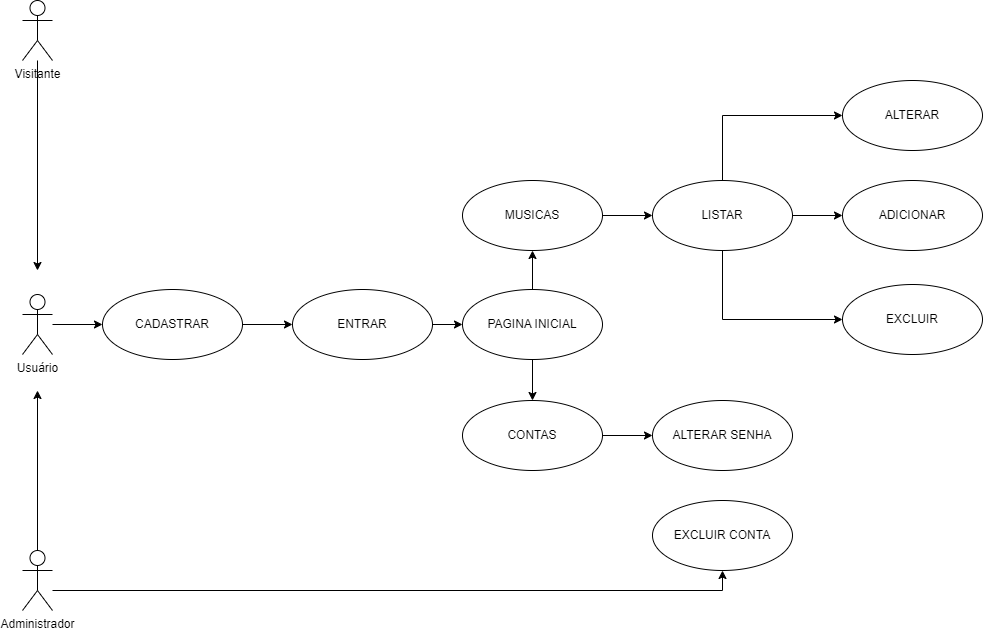
The draw.io diagram doc_PDS/diagrama_de_caso_de_uso.png in ruan-narici/LMusic, before a commit. Source tidied: cells renumbered, new cells last; positions are measured from the earlier drawing's top-left corner, leaving out a move shared by most shapes. Its diagram source:
```xml
<mxGraphModel>
  <root>
    <mxCell id="0" />
    <mxCell id="1" parent="0" />
    <mxCell id="2" style="edgeStyle=orthogonalEdgeStyle;rounded=0;jettySize=auto;html=1;" parent="1" edge="1" source="3">
      <mxGeometry relative="1" as="geometry">
        <mxPoint x="15" y="270" as="targetPoint" />
      </mxGeometry>
    </mxCell>
    <mxCell id="3" value="Visitante" style="shape=umlActor;verticalLabelPosition=bottom;verticalAlign=top;html=1;" parent="1" vertex="1">
      <mxGeometry width="30" height="60" as="geometry" />
    </mxCell>
    <mxCell id="4" style="edgeStyle=orthogonalEdgeStyle;rounded=0;jettySize=auto;html=1;" parent="1" edge="1" source="6">
      <mxGeometry relative="1" as="geometry">
        <mxPoint x="15" y="390" as="targetPoint" />
      </mxGeometry>
    </mxCell>
    <mxCell id="5" style="edgeStyle=orthogonalEdgeStyle;rounded=0;jettySize=auto;html=1;entryX=0.5;entryY=1;entryDx=0;entryDy=0;" parent="1" edge="1" source="6" target="21">
      <mxGeometry relative="1" as="geometry">
        <Array as="points">
          <mxPoint x="700" y="590" />
        </Array>
      </mxGeometry>
    </mxCell>
    <mxCell id="6" value="Administrador" style="shape=umlActor;verticalLabelPosition=bottom;verticalAlign=top;html=1;" parent="1" vertex="1">
      <mxGeometry y="550" width="30" height="60" as="geometry" />
    </mxCell>
    <mxCell id="7" style="edgeStyle=orthogonalEdgeStyle;rounded=0;jettySize=auto;html=1;entryX=0;entryY=0.5;entryDx=0;entryDy=0;" parent="1" edge="1" source="8" target="10">
      <mxGeometry relative="1" as="geometry" />
    </mxCell>
    <mxCell id="8" value="Usuário" style="shape=umlActor;verticalLabelPosition=bottom;verticalAlign=top;html=1;" parent="1" vertex="1">
      <mxGeometry y="294" width="30" height="60" as="geometry" />
    </mxCell>
    <mxCell id="9" style="edgeStyle=orthogonalEdgeStyle;rounded=0;jettySize=auto;html=1;entryX=0;entryY=0.5;entryDx=0;entryDy=0;" parent="1" edge="1" source="10" target="12">
      <mxGeometry relative="1" as="geometry" />
    </mxCell>
    <mxCell id="10" value="CADASTRAR" style="ellipse;whiteSpace=wrap;html=1;" parent="1" vertex="1">
      <mxGeometry x="80" y="289" width="140" height="70" as="geometry" />
    </mxCell>
    <mxCell id="11" style="edgeStyle=orthogonalEdgeStyle;rounded=0;jettySize=auto;html=1;entryX=0;entryY=0.5;entryDx=0;entryDy=0;" parent="1" edge="1" source="12" target="15">
      <mxGeometry relative="1" as="geometry" />
    </mxCell>
    <mxCell id="12" value="ENTRAR" style="ellipse;whiteSpace=wrap;html=1;" parent="1" vertex="1">
      <mxGeometry x="270" y="289" width="140" height="70" as="geometry" />
    </mxCell>
    <mxCell id="13" style="edgeStyle=orthogonalEdgeStyle;rounded=0;jettySize=auto;html=1;entryX=0.5;entryY=0;entryDx=0;entryDy=0;" parent="1" edge="1" source="15" target="19">
      <mxGeometry relative="1" as="geometry" />
    </mxCell>
    <mxCell id="14" style="edgeStyle=orthogonalEdgeStyle;rounded=0;jettySize=auto;html=1;entryX=0.5;entryY=1;entryDx=0;entryDy=0;" parent="1" edge="1" source="15" target="17">
      <mxGeometry relative="1" as="geometry" />
    </mxCell>
    <mxCell id="15" value="PAGINA INICIAL" style="ellipse;whiteSpace=wrap;html=1;" parent="1" vertex="1">
      <mxGeometry x="440" y="289" width="140" height="70" as="geometry" />
    </mxCell>
    <mxCell id="16" style="edgeStyle=orthogonalEdgeStyle;rounded=0;jettySize=auto;html=1;" parent="1" edge="1" source="17" target="25">
      <mxGeometry relative="1" as="geometry" />
    </mxCell>
    <mxCell id="17" value="MUSICAS" style="ellipse;whiteSpace=wrap;html=1;" parent="1" vertex="1">
      <mxGeometry x="440" y="180" width="140" height="70" as="geometry" />
    </mxCell>
    <mxCell id="18" style="edgeStyle=orthogonalEdgeStyle;rounded=0;jettySize=auto;html=1;entryX=0;entryY=0.5;entryDx=0;entryDy=0;" parent="1" edge="1" source="19" target="20">
      <mxGeometry relative="1" as="geometry" />
    </mxCell>
    <mxCell id="19" value="CONTAS" style="ellipse;whiteSpace=wrap;html=1;" parent="1" vertex="1">
      <mxGeometry x="440" y="400" width="140" height="70" as="geometry" />
    </mxCell>
    <mxCell id="20" value="ALTERAR SENHA" style="ellipse;whiteSpace=wrap;html=1;" parent="1" vertex="1">
      <mxGeometry x="630" y="400" width="140" height="70" as="geometry" />
    </mxCell>
    <mxCell id="21" value="EXCLUIR CONTA" style="ellipse;whiteSpace=wrap;html=1;" parent="1" vertex="1">
      <mxGeometry x="630" y="500" width="140" height="70" as="geometry" />
    </mxCell>
    <mxCell id="22" style="edgeStyle=orthogonalEdgeStyle;rounded=0;jettySize=auto;html=1;entryX=0;entryY=0.5;entryDx=0;entryDy=0;" parent="1" edge="1" source="25" target="26">
      <mxGeometry relative="1" as="geometry" />
    </mxCell>
    <mxCell id="23" style="edgeStyle=orthogonalEdgeStyle;rounded=0;jettySize=auto;html=1;entryX=0;entryY=0.5;entryDx=0;entryDy=0;" parent="1" edge="1" source="25" target="27">
      <mxGeometry relative="1" as="geometry">
        <Array as="points">
          <mxPoint x="700" y="115" />
        </Array>
      </mxGeometry>
    </mxCell>
    <mxCell id="24" style="edgeStyle=orthogonalEdgeStyle;rounded=0;jettySize=auto;html=1;entryX=0;entryY=0.5;entryDx=0;entryDy=0;" parent="1" edge="1" source="25" target="28">
      <mxGeometry relative="1" as="geometry">
        <Array as="points">
          <mxPoint x="700" y="319" />
        </Array>
      </mxGeometry>
    </mxCell>
    <mxCell id="25" value="LISTAR" style="ellipse;whiteSpace=wrap;html=1;" parent="1" vertex="1">
      <mxGeometry x="630" y="180" width="140" height="70" as="geometry" />
    </mxCell>
    <mxCell id="26" value="ADICIONAR" style="ellipse;whiteSpace=wrap;html=1;" parent="1" vertex="1">
      <mxGeometry x="820" y="180" width="140" height="70" as="geometry" />
    </mxCell>
    <mxCell id="27" value="ALTERAR" style="ellipse;whiteSpace=wrap;html=1;" parent="1" vertex="1">
      <mxGeometry x="820" y="80" width="140" height="70" as="geometry" />
    </mxCell>
    <mxCell id="28" value="EXCLUIR" style="ellipse;whiteSpace=wrap;html=1;" parent="1" vertex="1">
      <mxGeometry x="820" y="284" width="140" height="70" as="geometry" />
    </mxCell>
  </root>
</mxGraphModel>
```
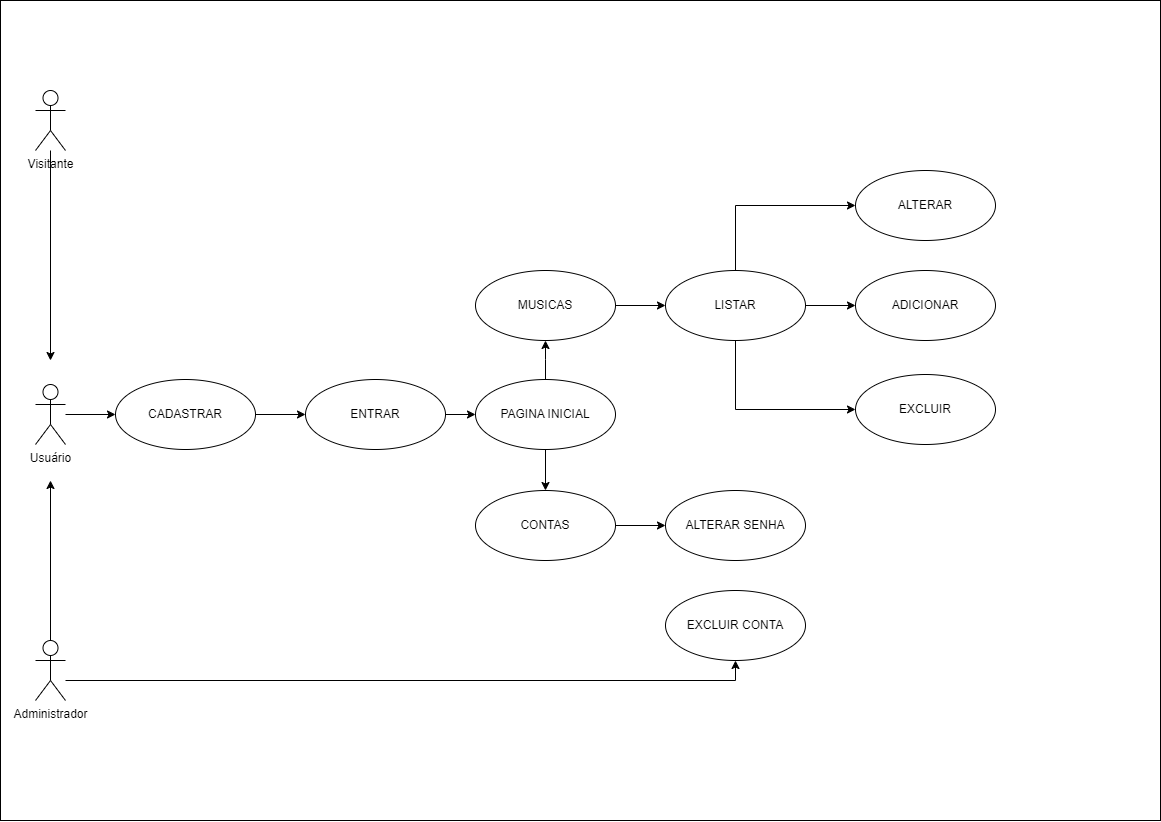
The same file after the commit.

Commit message:
impl CRUD musicas e logic Usuario ADM e VIST

Diff of the diagram source:
```diff
@@ -2,6 +2,9 @@
   <root>
     <mxCell id="0" />
     <mxCell id="1" parent="0" />
+    <mxCell id="29" style="rounded=0;whiteSpace=wrap;html=1;" parent="1" vertex="1">
+      <mxGeometry x="-35" y="-90" width="1160" height="820" as="geometry" />
+    </mxCell>
     <mxCell id="2" style="edgeStyle=orthogonalEdgeStyle;rounded=0;jettySize=auto;html=1;" parent="1" edge="1" source="3">
       <mxGeometry relative="1" as="geometry">
         <mxPoint x="15" y="270" as="targetPoint" />
```
